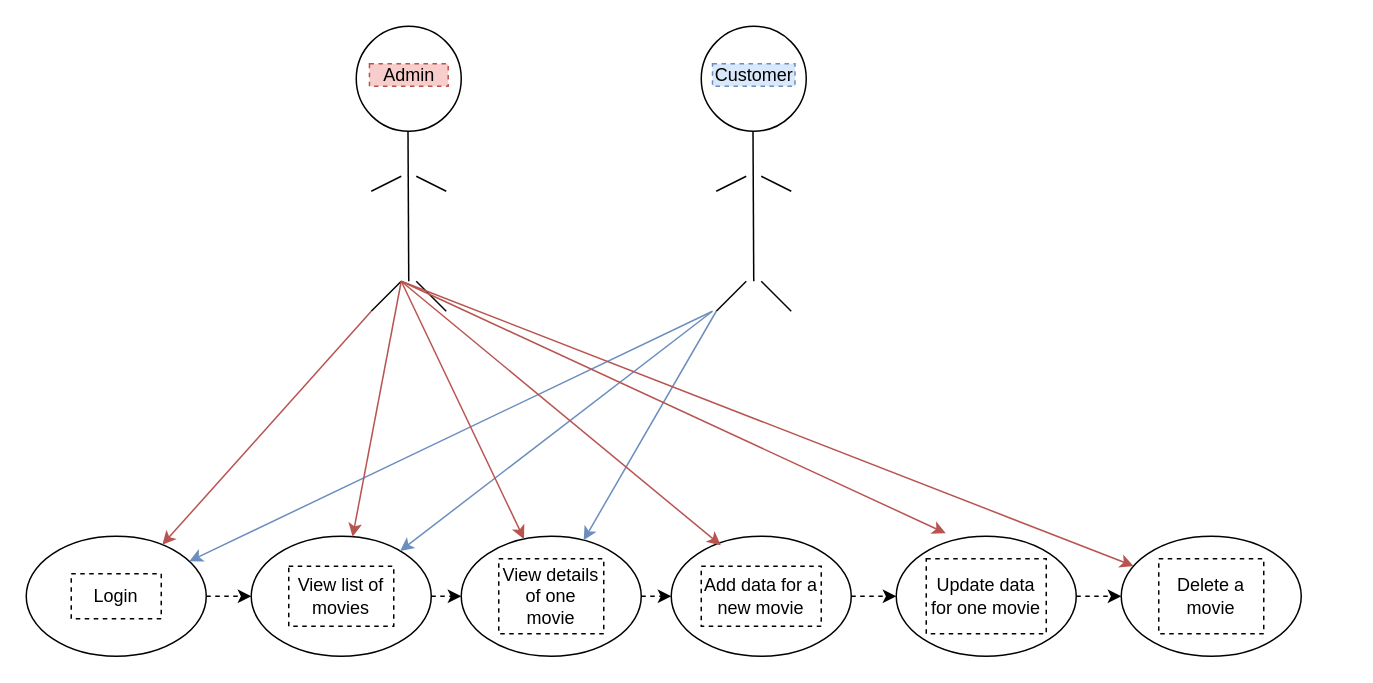
Earlier version of the draw.io diagram IS 4460 Use Case Diagram.drawio (marielisalv/IS-4460). Source tidied: cells renumbered, new cells numbered last; positions are measured from the earlier drawing's top-left corner, leaving out a move shared by most shapes. Both pictures are drawn from the tidied source at 150%, with x=0, y=0 at pixel (26, 26).
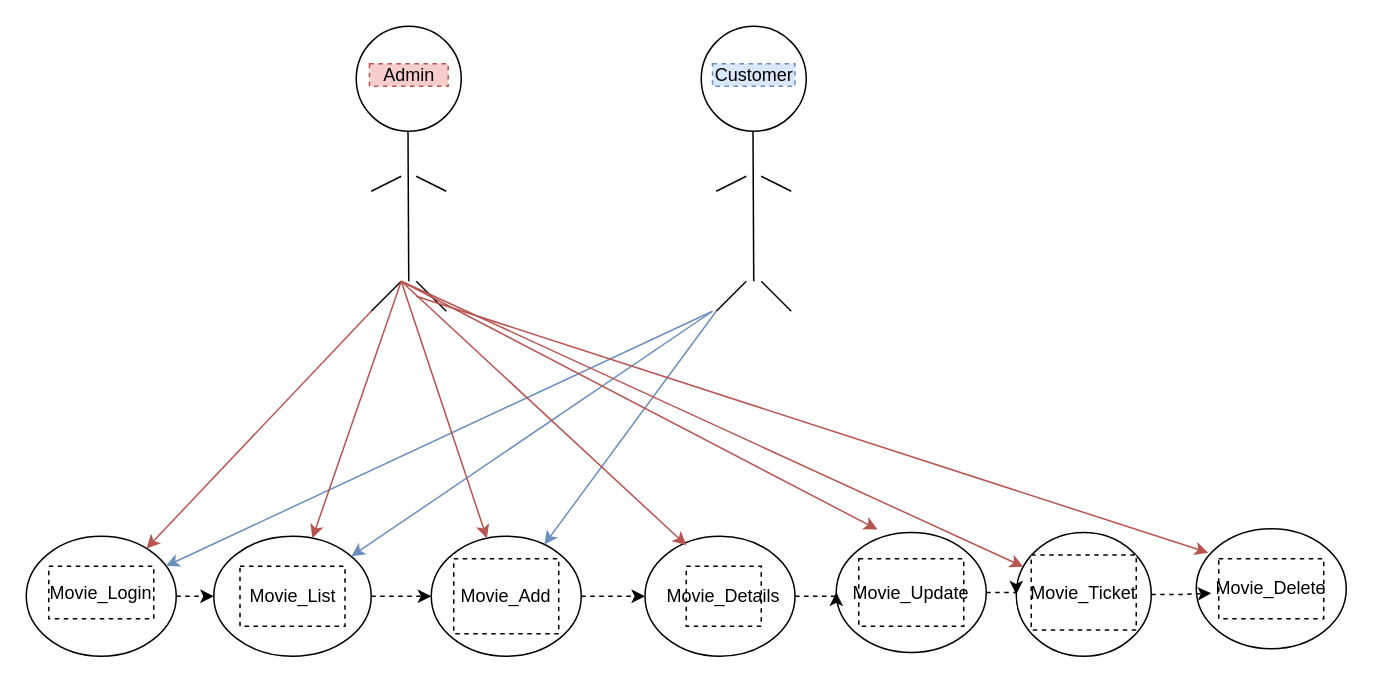
Above is the later version.

Diff of the diagram source:
```diff
@@
     <mxCell id="14" style="ellipse;whiteSpace=wrap;html=1;" parent="1" vertex="1">
-      <mxGeometry x="730" y="340" width="120" height="80" as="geometry" />
+      <mxGeometry x="660" y="337.5" width="90" height="82.5" as="geometry" />
     </mxCell>
@@
     <mxCell id="16" style="ellipse;whiteSpace=wrap;html=1;" parent="1" vertex="1">
-      <mxGeometry x="580" y="340" width="120" height="80" as="geometry" />
+      <mxGeometry x="540" y="337.5" width="100" height="80" as="geometry" />
     </mxCell>
@@
     <mxCell id="18" style="ellipse;whiteSpace=wrap;html=1;" parent="1" vertex="1">
-      <mxGeometry x="430" y="340" width="120" height="80" as="geometry" />
+      <mxGeometry x="412.5" y="340" width="100" height="80" as="geometry" />
     </mxCell>
@@
     <mxCell id="20" style="ellipse;whiteSpace=wrap;html=1;" parent="1" vertex="1">
-      <mxGeometry x="290" y="340" width="120" height="80" as="geometry" />
+      <mxGeometry x="270" y="340" width="100" height="80" as="geometry" />
     </mxCell>
@@
     <mxCell id="22" style="ellipse;whiteSpace=wrap;html=1;" parent="1" vertex="1">
-      <mxGeometry x="150" y="340" width="120" height="80" as="geometry" />
+      <mxGeometry x="125" y="340" width="105" height="80" as="geometry" />
     </mxCell>
@@
     <mxCell id="24" style="ellipse;whiteSpace=wrap;html=1;" parent="1" vertex="1">
-      <mxGeometry y="340" width="120" height="80" as="geometry" />
+      <mxGeometry y="340" width="100" height="80" as="geometry" />
     </mxCell>
@@
-    <mxCell id="36" value="Login" style="rounded=0;whiteSpace=wrap;html=1;dashed=1;" parent="1" vertex="1">
-      <mxGeometry x="30" y="365" width="60" height="30" as="geometry" />
+    <mxCell id="36" value="Movie_Login" style="rounded=0;whiteSpace=wrap;html=1;dashed=1;" parent="1" vertex="1">
+      <mxGeometry x="15" y="360" width="70" height="35" as="geometry" />
     </mxCell>
-    <mxCell id="37" value="View list of movies" style="rounded=0;whiteSpace=wrap;html=1;dashed=1;" parent="1" vertex="1">
-      <mxGeometry x="175" y="360" width="70" height="40" as="geometry" />
+    <mxCell id="37" value="Movie_List" style="rounded=0;whiteSpace=wrap;html=1;dashed=1;" parent="1" vertex="1">
+      <mxGeometry x="142.5" y="360" width="70" height="40" as="geometry" />
     </mxCell>
-    <mxCell id="38" value="View details of one movie" style="rounded=0;whiteSpace=wrap;html=1;dashed=1;" parent="1" vertex="1">
-      <mxGeometry x="315" y="355" width="70" height="50" as="geometry" />
+    <mxCell id="38" value="Movie_Add" style="rounded=0;whiteSpace=wrap;html=1;dashed=1;" parent="1" vertex="1">
+      <mxGeometry x="285" y="355" width="70" height="50" as="geometry" />
     </mxCell>
-    <mxCell id="39" value="Add data for a new movie" style="rounded=0;whiteSpace=wrap;html=1;dashed=1;" parent="1" vertex="1">
-      <mxGeometry x="450" y="360" width="80" height="40" as="geometry" />
+    <mxCell id="39" value="Movie_Details" style="rounded=0;whiteSpace=wrap;html=1;dashed=1;" parent="1" vertex="1">
+      <mxGeometry x="440" y="360" width="50" height="40" as="geometry" />
     </mxCell>
-    <mxCell id="40" value="Update data for one movie" style="rounded=0;whiteSpace=wrap;html=1;dashed=1;" parent="1" vertex="1">
-      <mxGeometry x="600" y="355" width="80" height="50" as="geometry" />
+    <mxCell id="40" value="Movie_Update" style="rounded=0;whiteSpace=wrap;html=1;dashed=1;" parent="1" vertex="1">
+      <mxGeometry x="555" y="355" width="70" height="45" as="geometry" />
     </mxCell>
-    <mxCell id="41" value="Delete a movie" style="rounded=0;whiteSpace=wrap;html=1;dashed=1;" parent="1" vertex="1">
-      <mxGeometry x="755" y="355" width="70" height="50" as="geometry" />
+    <mxCell id="41" value="Movie_Ticket" style="rounded=0;whiteSpace=wrap;html=1;dashed=1;" parent="1" vertex="1">
+      <mxGeometry x="670" y="352.5" width="70" height="50" as="geometry" />
     </mxCell>
+    <mxCell id="42" style="ellipse;whiteSpace=wrap;html=1;" parent="1" vertex="1">
+      <mxGeometry x="780" y="335" width="100" height="80" as="geometry" />
+    </mxCell>
+    <mxCell id="43" value="Movie_Delete" style="rounded=0;whiteSpace=wrap;html=1;dashed=1;" parent="1" vertex="1">
+      <mxGeometry x="795" y="355" width="70" height="40" as="geometry" />
+    </mxCell>
+    <mxCell id="44" style="edgeStyle=orthogonalEdgeStyle;rounded=0;jettySize=auto;html=1;exitX=1;exitY=0.5;exitDx=0;exitDy=0;entryX=0;entryY=0.5;entryDx=0;entryDy=0;dashed=1;" parent="1" edge="1" source="14">
+      <mxGeometry relative="1" as="geometry">
+        <mxPoint x="790" y="378" as="targetPoint" />
+      </mxGeometry>
+    </mxCell>
+    <mxCell id="45" style="endArrow=classic;html=1;rounded=0;entryX=0.08;entryY=0.2;entryDx=0;entryDy=0;entryPerimeter=0;fillColor=#f8cecc;strokeColor=#b85450;" parent="1" edge="1" target="42">
+      <mxGeometry relative="1" as="geometry">
+        <mxPoint x="260" y="180" as="sourcePoint" />
+      </mxGeometry>
+    </mxCell>
```
